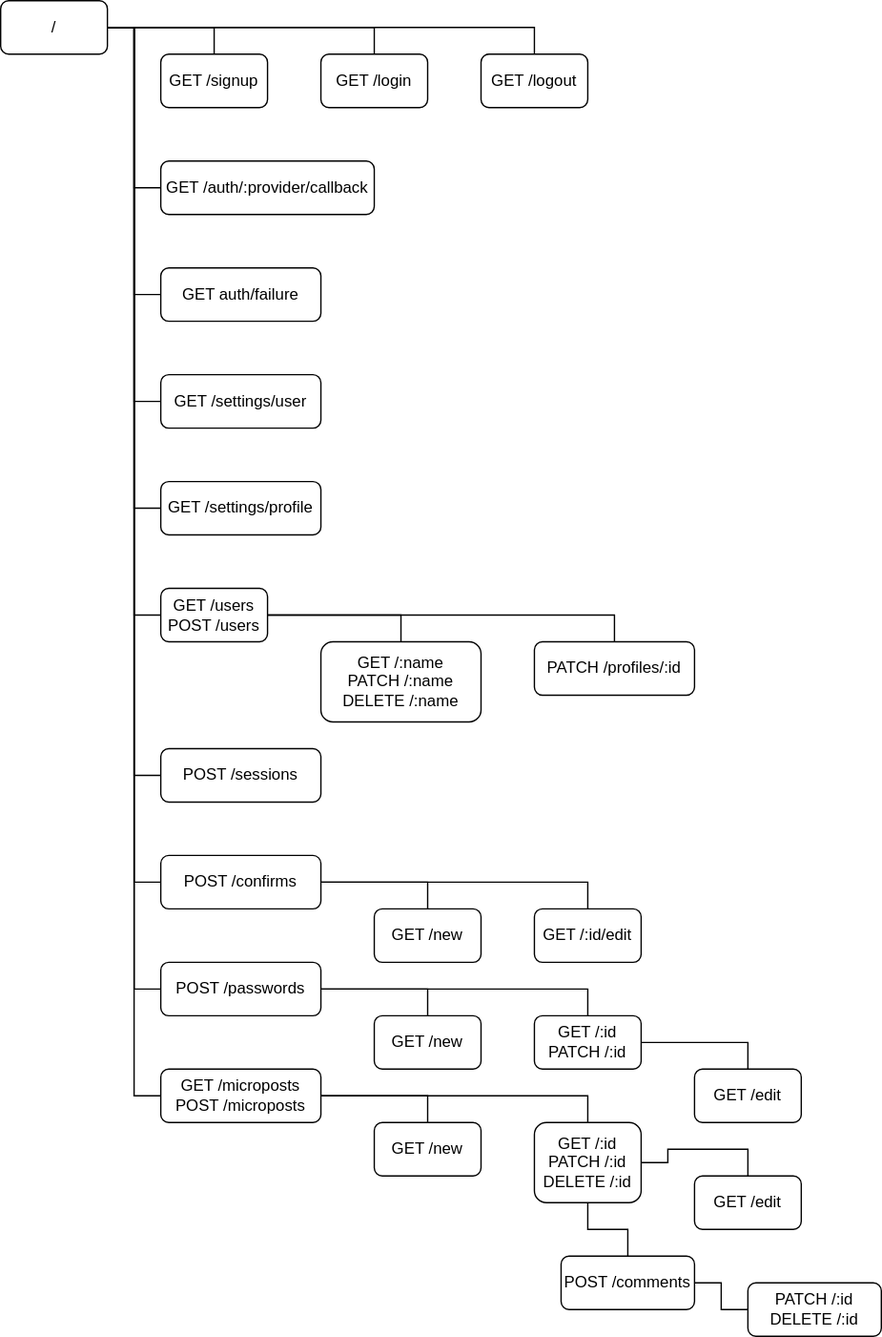
Before: doc/images/routing.drawio.svg, a diagram exported from draw.io (ittoku703/mizusirazu). Source tidied: cells renumbered, new cells last; positions are measured from the earlier drawing's top-left corner, leaving out a move shared by most shapes.
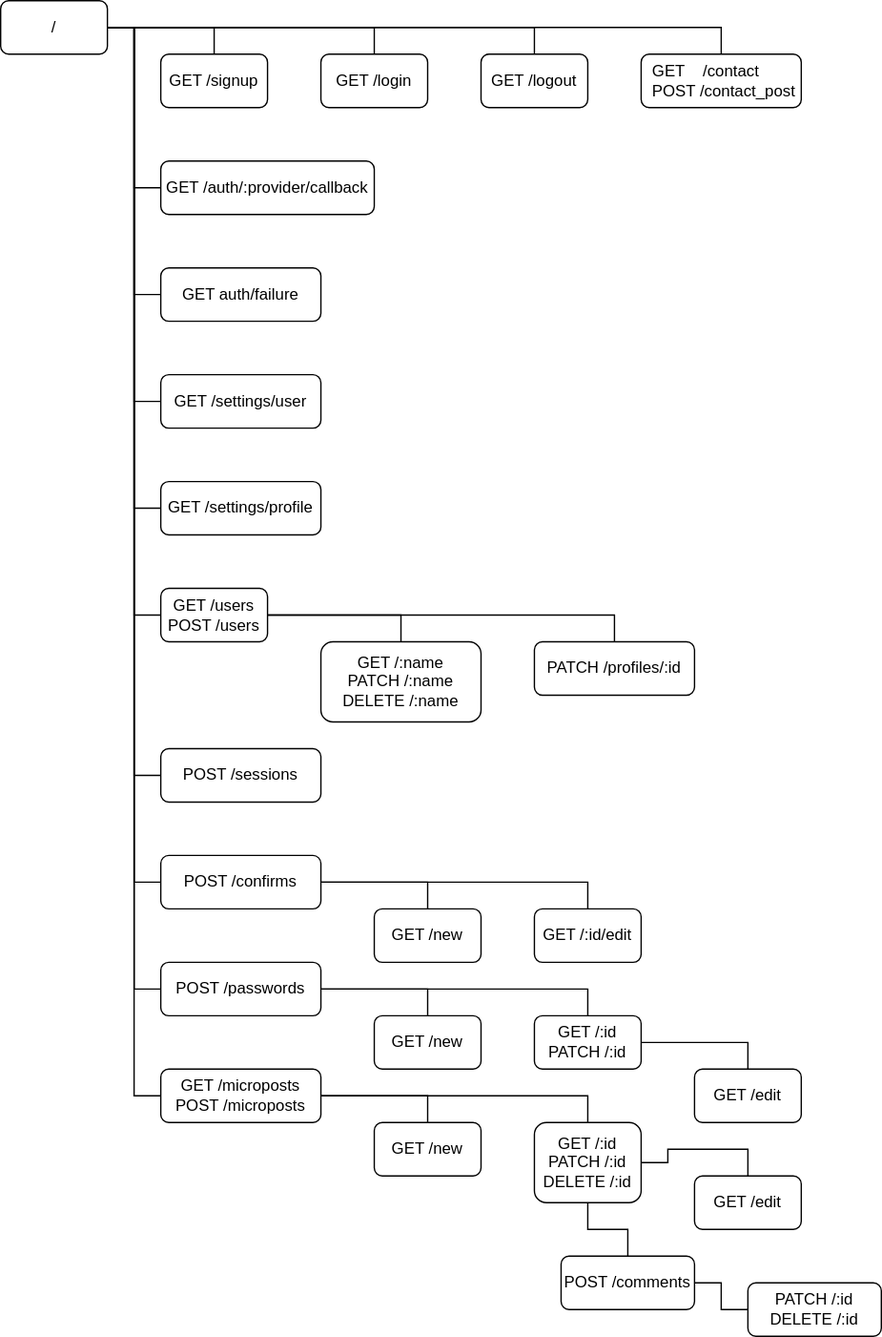
The same file after the commit.

The edit, as a diff of the source:
```diff
@@ -32,6 +32,13 @@
     <mxCell id="11" style="edgeStyle=orthogonalEdgeStyle;rounded=0;jettySize=auto;html=1;exitX=1;exitY=0.5;exitDx=0;exitDy=0;entryX=0;entryY=0.5;entryDx=0;entryDy=0;endArrow=none;endFill=0;" parent="1" edge="1" source="12" target="30">
       <mxGeometry relative="1" as="geometry" />
     </mxCell>
+    <mxCell id="51" style="edgeStyle=orthogonalEdgeStyle;rounded=0;jettySize=auto;html=1;endArrow=none;endFill=0;entryX=0.5;entryY=0;entryDx=0;entryDy=0;" parent="1" edge="1" source="12" target="52">
+      <mxGeometry relative="1" as="geometry">
+        <Array as="points">
+          <mxPoint x="540" y="20" />
+        </Array>
+      </mxGeometry>
+    </mxCell>
     <mxCell id="12" value="/" style="rounded=1;whiteSpace=wrap;html=1;" parent="1" vertex="1">
       <mxGeometry width="80" height="40" as="geometry" />
     </mxCell>
@@ -149,5 +156,8 @@
     <mxCell id="50" value="PATCH /:id&lt;br&gt;DELETE /:id" style="rounded=1;whiteSpace=wrap;html=1;" parent="1" vertex="1">
       <mxGeometry x="560" y="960" width="100" height="40" as="geometry" />
     </mxCell>
+    <mxCell id="52" value="&amp;nbsp; GET&amp;nbsp; &amp;nbsp; /contact&lt;br&gt;&amp;nbsp; POST /contact_post" style="rounded=1;whiteSpace=wrap;html=1;align=left;" parent="1" vertex="1">
+      <mxGeometry x="480" y="40" width="120" height="40" as="geometry" />
+    </mxCell>
   </root>
 </mxGraphModel>
```
